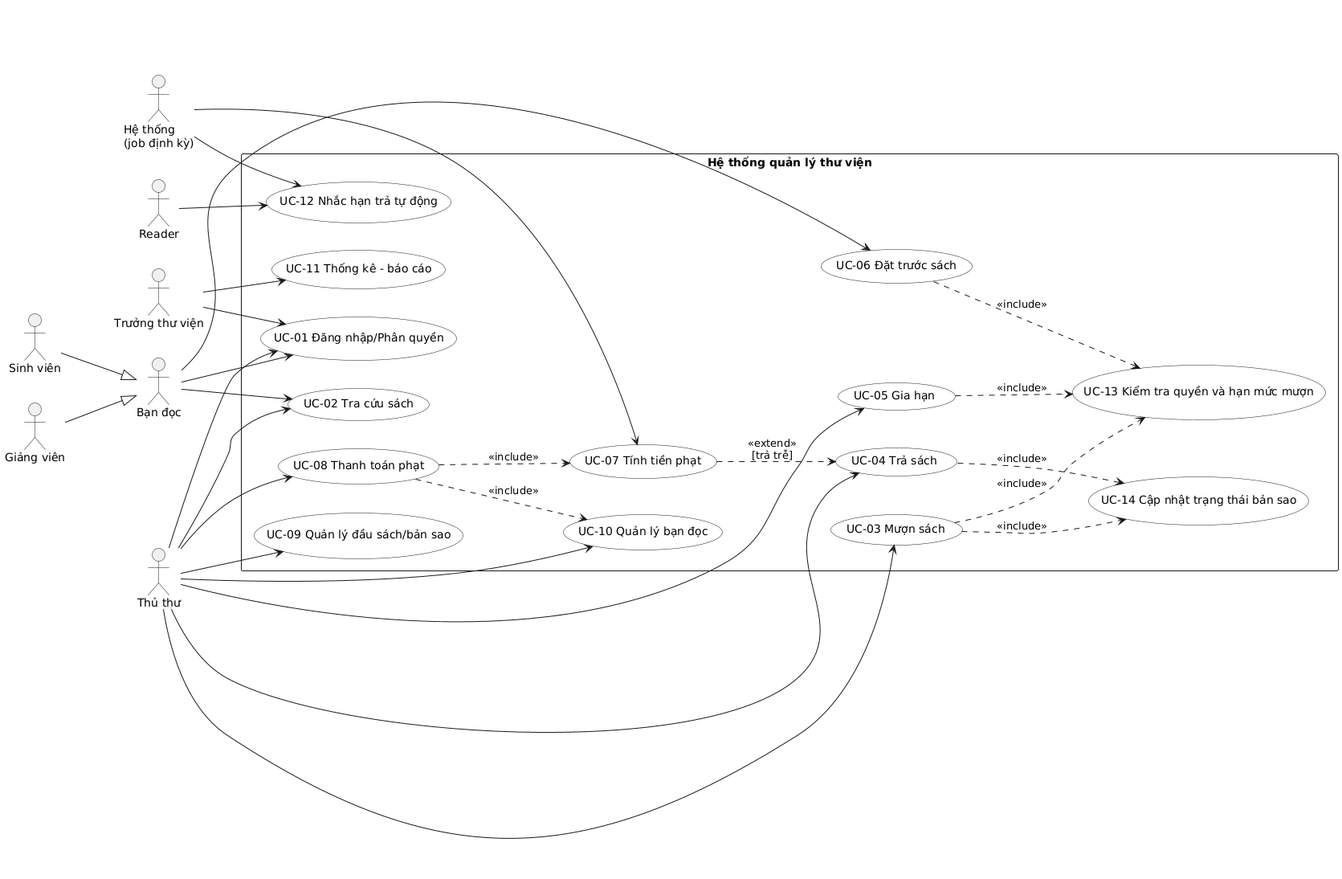
Above: docs/01-yeu-cau/so-do-use-case.png in mtmtmthehehe/OOAD (PlantUML), before the change. Its diagram source:
```plantuml
@startuml
left to right direction
skinparam defaultFontName "DejaVu Sans"
skinparam usecase {
  BackgroundColor #FFFFFF
}

actor "Sinh viên" as SV
actor "Giảng viên" as GV
actor "Bạn đọc" as BanDoc
actor "Thủ thư" as ThuThu
actor "Trưởng thư viện" as TruongTV
actor "Hệ thống\n(job định kỳ)" as HeThong

SV --|> BanDoc
GV --|> BanDoc

rectangle "Hệ thống quản lý thư viện" {
  usecase "UC-01 Đăng nhập/Phân quyền" as UC01
  usecase "UC-02 Tra cứu sách" as UC02
  usecase "UC-03 Mượn sách" as UC03
  usecase "UC-04 Trả sách" as UC04
  usecase "UC-05 Gia hạn" as UC05
  usecase "UC-06 Đặt trước sách" as UC06
  usecase "UC-07 Tính tiền phạt" as UC07
  usecase "UC-08 Thanh toán phạt" as UC08
  usecase "UC-09 Quản lý đầu sách/bản sao" as UC09
  usecase "UC-10 Quản lý bạn đọc" as UC10
  usecase "UC-11 Thống kê - báo cáo" as UC11
  usecase "UC-12 Nhắc hạn trả tự động" as UC12
  usecase "UC-13 Kiểm tra quyền và hạn mức mượn" as UC13
  usecase "UC-14 Cập nhật trạng thái bản sao" as UC14
}

BanDoc --> UC01
BanDoc --> UC02
BanDoc --> UC06

ThuThu --> UC01
ThuThu --> UC02
ThuThu --> UC03
ThuThu --> UC04
ThuThu --> UC05
ThuThu --> UC08
ThuThu --> UC09
ThuThu --> UC10

TruongTV --> UC01
TruongTV --> UC11

HeThong --> UC07
HeThong --> UC12
Reader --> UC12

UC03 ..> UC13 : <<include>>
UC05 ..> UC13 : <<include>>
UC06 ..> UC13 : <<include>>
UC08 ..> UC07 : <<include>>
UC08 ..> UC10 : <<include>>
UC03 ..> UC14 : <<include>>
UC04 ..> UC14 : <<include>>

UC07 ..> UC04 : <<extend>>\n[trả trễ]

@enduml
```
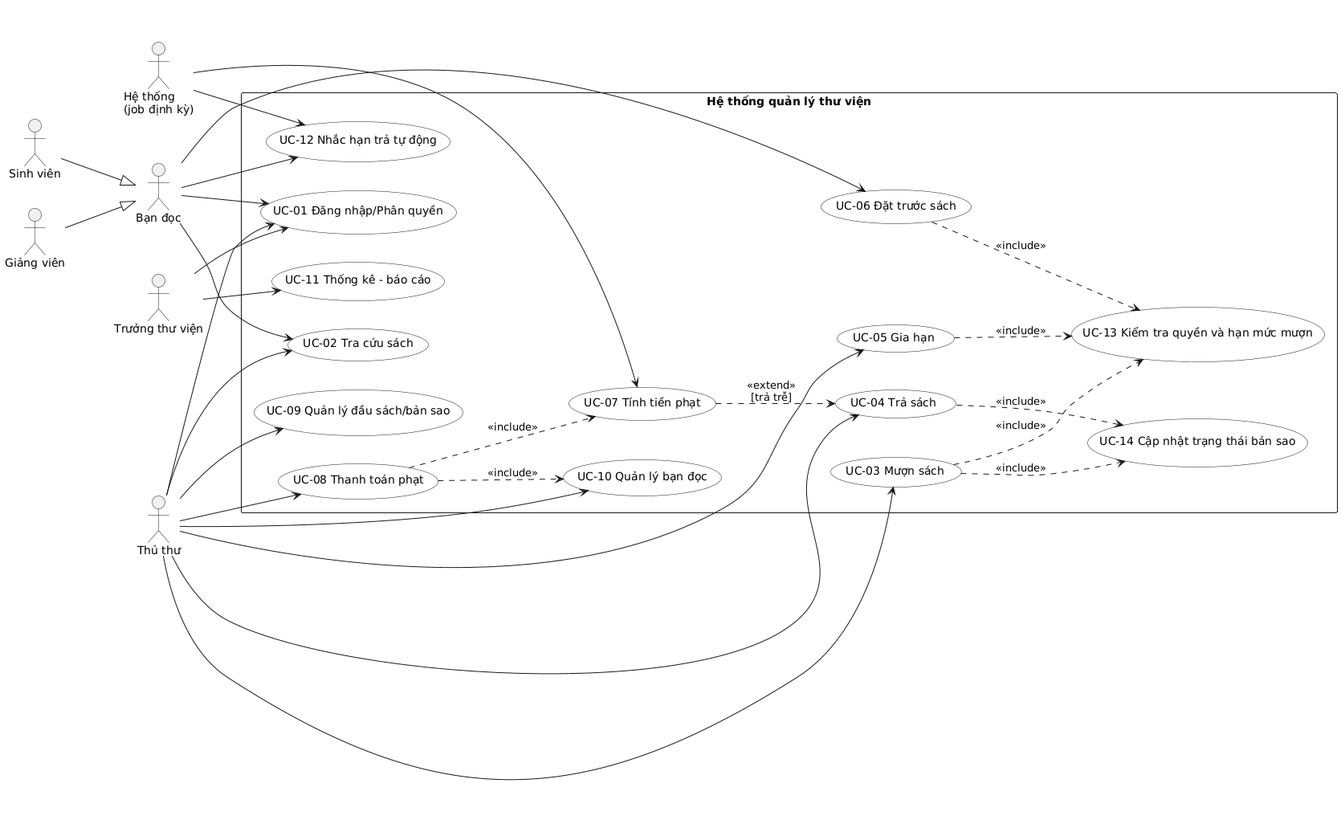
The same diagram one commit later.

Change to the diagram source:
```diff
@@ -50,7 +50,7 @@
 
 HeThong --> UC07
 HeThong --> UC12
-Reader --> UC12
+BanDoc --> UC12
 
 UC03 ..> UC13 : <<include>>
 UC05 ..> UC13 : <<include>>
```
